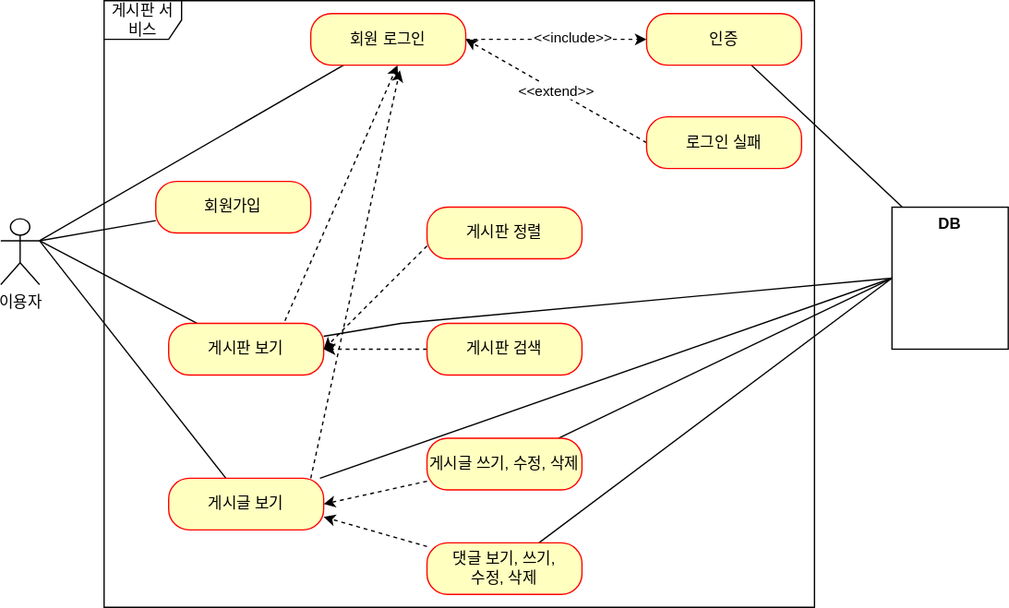
The draw.io diagram document/use-case.svg in hyeon8571/board, before a commit. Source tidied: cells renumbered, new cells last; positions are measured from the earlier drawing's top-left corner, leaving out a move shared by most shapes.
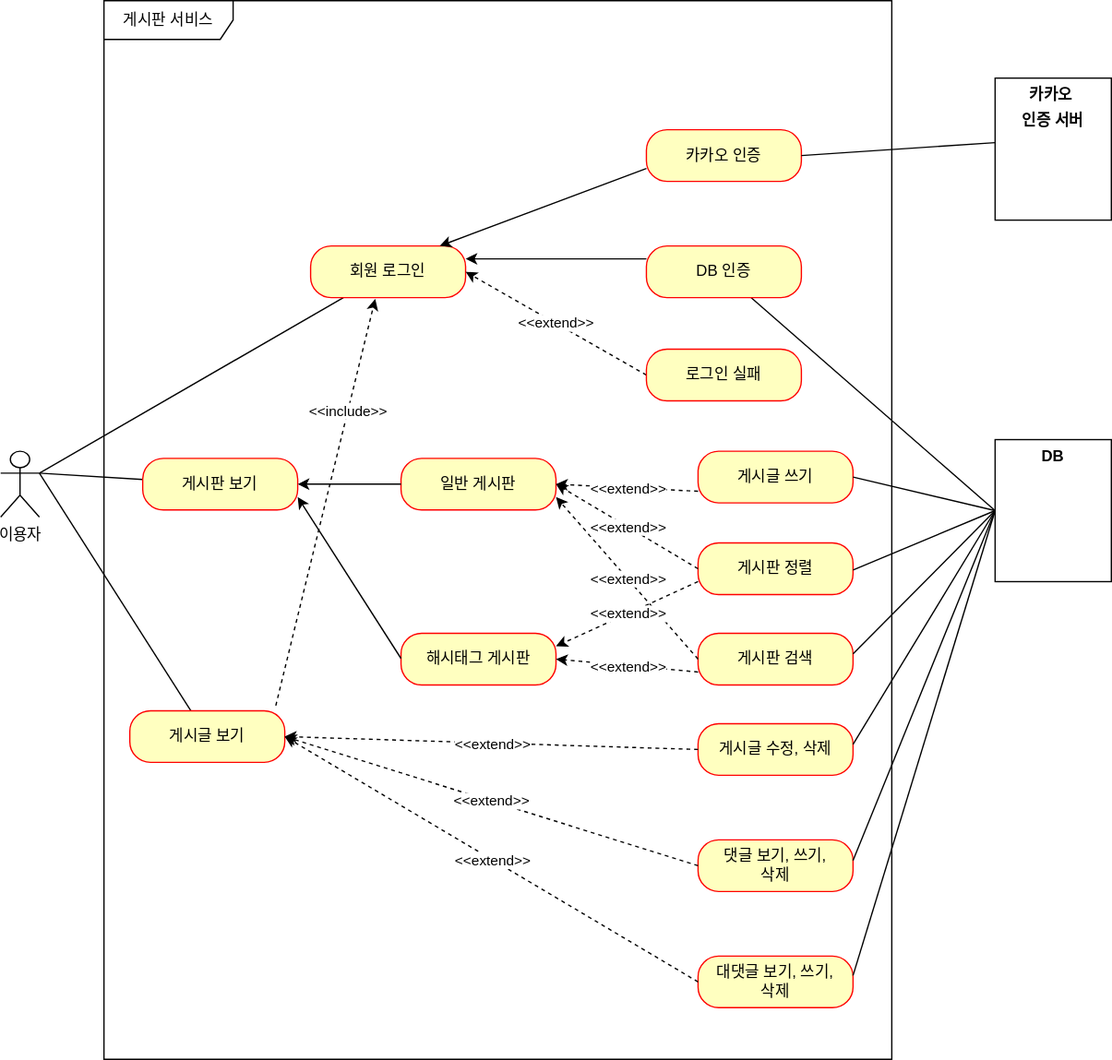
After the change.

Commit message:
#42 - use-case.svg: 카카오 인증ㅡ 대댓글 유즈 케이스 추가

Diff of the diagram source:
```diff
@@ -5,64 +5,40 @@
     <mxCell id="2" value="이용자" style="shape=umlActor;verticalLabelPosition=bottom;verticalAlign=top;html=1;" parent="1" vertex="1">
       <mxGeometry y="169" width="30" height="51" as="geometry" />
     </mxCell>
-    <mxCell id="3" value="게시판 서비스" style="shape=umlFrame;whiteSpace=wrap;html=1;width=60;height=30;" parent="1" vertex="1">
-      <mxGeometry x="80" width="550" height="470" as="geometry" />
+    <mxCell id="3" value="게시판 서비스" style="shape=umlFrame;whiteSpace=wrap;html=1;width=100;height=30;" parent="1" vertex="1">
+      <mxGeometry x="80" y="-180" width="610" height="820" as="geometry" />
     </mxCell>
-    <mxCell id="4" style="rounded=0;jettySize=auto;html=1;endArrow=none;endFill=0;entryX=1;entryY=0.3333333333333333;entryDx=0;entryDy=0;entryPerimeter=0;" parent="1" edge="1" source="5" target="2">
-      <mxGeometry relative="1" as="geometry" />
-    </mxCell>
-    <mxCell id="5" value="회원가입" style="rounded=1;whiteSpace=wrap;html=1;arcSize=40;fontColor=#000000;fillColor=#ffffc0;strokeColor=#ff0000;" parent="1" vertex="1">
-      <mxGeometry x="120" y="140" width="120" height="40" as="geometry" />
-    </mxCell>
     <mxCell id="6" style="rounded=0;jettySize=auto;html=1;endArrow=none;endFill=0;entryX=1;entryY=0.3333333333333333;entryDx=0;entryDy=0;entryPerimeter=0;" parent="1" edge="1" source="9" target="2">
       <mxGeometry relative="1" as="geometry" />
     </mxCell>
-    <mxCell id="7" style="rounded=0;orthogonalLoop=1;jettySize=auto;html=1;entryX=0.383;entryY=1.05;entryDx=0;entryDy=0;entryPerimeter=0;dashed=1;" parent="1" edge="1">
-      <mxGeometry relative="1" as="geometry">
-        <mxPoint x="220" y="248" as="sourcePoint" />
-        <mxPoint x="307.2" y="50" as="targetPoint" />
-      </mxGeometry>
+    <mxCell id="7" style="rounded=0;jettySize=auto;html=1;entryX=0.417;entryY=1.025;entryDx=0;entryDy=0;entryPerimeter=0;dashed=1;exitX=0.942;exitY=-0.1;exitDx=0;exitDy=0;exitPerimeter=0;" parent="1" edge="1" source="13" target="17">
+      <mxGeometry relative="1" as="geometry" />
     </mxCell>
-    <mxCell id="8" style="rounded=0;jettySize=auto;html=1;entryX=0;entryY=0.5;entryDx=0;entryDy=0;endArrow=none;endFill=0;" parent="1" edge="1" source="9" target="33">
-      <mxGeometry relative="1" as="geometry">
-        <Array as="points">
-          <mxPoint x="310" y="250" />
-        </Array>
-      </mxGeometry>
-    </mxCell>
+    <mxCell id="16" value="&amp;lt;&amp;lt;include&amp;gt;&amp;gt;" style="edgeLabel;html=1;align=center;verticalAlign=middle;" parent="7" vertex="1">
+      <mxGeometry x="0.45" relative="1" as="geometry" />
+    </mxCell>
     <mxCell id="9" value="게시판 보기" style="rounded=1;whiteSpace=wrap;html=1;arcSize=40;fontColor=#000000;fillColor=#ffffc0;strokeColor=#ff0000;" parent="1" vertex="1">
-      <mxGeometry x="130" y="250" width="120" height="40" as="geometry" />
+      <mxGeometry x="110" y="174.5" width="120" height="40" as="geometry" />
     </mxCell>
     <mxCell id="10" style="rounded=0;jettySize=auto;html=1;endArrow=none;endFill=0;entryX=1;entryY=0.3333333333333333;entryDx=0;entryDy=0;entryPerimeter=0;" parent="1" edge="1" source="13" target="2">
       <mxGeometry relative="1" as="geometry" />
     </mxCell>
-    <mxCell id="11" style="rounded=0;jettySize=auto;html=1;dashed=1;entryX=0.575;entryY=1.1;entryDx=0;entryDy=0;entryPerimeter=0;" parent="1" edge="1" target="17">
-      <mxGeometry relative="1" as="geometry">
-        <mxPoint x="240" y="370" as="sourcePoint" />
-      </mxGeometry>
-    </mxCell>
-    <mxCell id="12" style="rounded=0;jettySize=auto;html=1;endArrow=none;endFill=0;entryX=0;entryY=0.5;entryDx=0;entryDy=0;" parent="1" edge="1" source="13" target="33">
-      <mxGeometry relative="1" as="geometry" />
-    </mxCell>
     <mxCell id="13" value="게시글 보기" style="rounded=1;whiteSpace=wrap;html=1;arcSize=40;fontColor=#000000;fillColor=#ffffc0;strokeColor=#ff0000;" parent="1" vertex="1">
-      <mxGeometry x="130" y="370" width="120" height="40" as="geometry" />
+      <mxGeometry x="100" y="370" width="120" height="40" as="geometry" />
     </mxCell>
     <mxCell id="14" style="rounded=0;jettySize=auto;html=1;endArrow=none;endFill=0;entryX=1;entryY=0.3333333333333333;entryDx=0;entryDy=0;entryPerimeter=0;" parent="1" edge="1" source="17" target="2">
       <mxGeometry relative="1" as="geometry" />
     </mxCell>
-    <mxCell id="15" style="edgeStyle=orthogonalEdgeStyle;rounded=0;jettySize=auto;html=1;entryX=0;entryY=0.5;entryDx=0;entryDy=0;endArrow=classic;endFill=1;dashed=1;" parent="1" edge="1" source="17" target="19">
-      <mxGeometry relative="1" as="geometry" />
-    </mxCell>
-    <mxCell id="16" value="&amp;lt;&amp;lt;include&amp;gt;&amp;gt;" style="edgeLabel;html=1;align=center;verticalAlign=middle;" parent="15" vertex="1">
-      <mxGeometry x="0.17" y="2" relative="1" as="geometry" />
-    </mxCell>
     <mxCell id="17" value="회원 로그인" style="rounded=1;whiteSpace=wrap;html=1;arcSize=40;fontColor=#000000;fillColor=#ffffc0;strokeColor=#ff0000;" parent="1" vertex="1">
       <mxGeometry x="240" y="10" width="120" height="40" as="geometry" />
     </mxCell>
-    <mxCell id="18" style="rounded=0;jettySize=auto;html=1;entryX=0.089;entryY=0;entryDx=0;entryDy=0;entryPerimeter=0;endArrow=none;endFill=0;" parent="1" edge="1" source="19" target="33">
-      <mxGeometry relative="1" as="geometry" />
+    <mxCell id="18" style="rounded=0;orthogonalLoop=1;jettySize=auto;html=1;endArrow=none;endFill=0;" parent="1" edge="1">
+      <mxGeometry relative="1" as="geometry">
+        <mxPoint x="581" y="50" as="sourcePoint" />
+        <mxPoint x="770" y="215" as="targetPoint" />
+      </mxGeometry>
     </mxCell>
-    <mxCell id="19" value="인증" style="rounded=1;whiteSpace=wrap;html=1;arcSize=40;fontColor=#000000;fillColor=#ffffc0;strokeColor=#ff0000;" parent="1" vertex="1">
+    <mxCell id="19" value="DB 인증" style="rounded=1;whiteSpace=wrap;html=1;arcSize=40;fontColor=#000000;fillColor=#ffffc0;strokeColor=#ff0000;" parent="1" vertex="1">
       <mxGeometry x="500" y="10" width="120" height="40" as="geometry" />
     </mxCell>
     <mxCell id="20" style="rounded=0;jettySize=auto;html=1;entryX=1;entryY=1;entryDx=0;entryDy=0;dashed=1;exitX=0;exitY=0.5;exitDx=0;exitDy=0;" parent="1" edge="1" source="22">
@@ -76,40 +52,150 @@
     <mxCell id="22" value="로그인 실패" style="rounded=1;whiteSpace=wrap;html=1;arcSize=40;fontColor=#000000;fillColor=#ffffc0;strokeColor=#ff0000;" parent="1" vertex="1">
       <mxGeometry x="500" y="90" width="120" height="40" as="geometry" />
     </mxCell>
-    <mxCell id="23" style="rounded=0;jettySize=auto;html=1;entryX=1;entryY=0.5;entryDx=0;entryDy=0;dashed=1;exitX=0;exitY=0.75;exitDx=0;exitDy=0;" parent="1" edge="1" source="24" target="9">
-      <mxGeometry relative="1" as="geometry" />
-    </mxCell>
     <mxCell id="24" value="게시판 정렬" style="rounded=1;whiteSpace=wrap;html=1;arcSize=40;fontColor=#000000;fillColor=#ffffc0;strokeColor=#ff0000;" parent="1" vertex="1">
-      <mxGeometry x="330" y="160" width="120" height="40" as="geometry" />
+      <mxGeometry x="540" y="240" width="120" height="40" as="geometry" />
     </mxCell>
-    <mxCell id="25" style="rounded=0;jettySize=auto;html=1;dashed=1;" parent="1" edge="1" source="26">
-      <mxGeometry relative="1" as="geometry">
-        <mxPoint x="250" y="270" as="targetPoint" />
-      </mxGeometry>
-    </mxCell>
     <mxCell id="26" value="게시판 검색" style="rounded=1;whiteSpace=wrap;html=1;arcSize=40;fontColor=#000000;fillColor=#ffffc0;strokeColor=#ff0000;" parent="1" vertex="1">
-      <mxGeometry x="330" y="250" width="120" height="40" as="geometry" />
+      <mxGeometry x="540" y="310" width="120" height="40" as="geometry" />
     </mxCell>
-    <mxCell id="27" style="rounded=0;jettySize=auto;html=1;entryX=1;entryY=0.5;entryDx=0;entryDy=0;dashed=1;" parent="1" edge="1" source="29" target="13">
-      <mxGeometry relative="1" as="geometry" />
-    </mxCell>
-    <mxCell id="28" style="rounded=0;jettySize=auto;html=1;endArrow=none;endFill=0;entryX=0;entryY=0.5;entryDx=0;entryDy=0;" parent="1" edge="1" source="29" target="33">
-      <mxGeometry relative="1" as="geometry" />
-    </mxCell>
-    <mxCell id="29" value="게시글 쓰기, 수정, 삭제" style="rounded=1;whiteSpace=wrap;html=1;arcSize=40;fontColor=#000000;fillColor=#ffffc0;strokeColor=#ff0000;" parent="1" vertex="1">
-      <mxGeometry x="330" y="339" width="120" height="40" as="geometry" />
-    </mxCell>
-    <mxCell id="30" style="rounded=0;jettySize=auto;html=1;entryX=1;entryY=0.75;entryDx=0;entryDy=0;dashed=1;" parent="1" edge="1" source="32" target="13">
-      <mxGeometry relative="1" as="geometry" />
-    </mxCell>
-    <mxCell id="31" style="rounded=0;jettySize=auto;html=1;entryX=0;entryY=0.5;entryDx=0;entryDy=0;endArrow=none;endFill=0;" parent="1" edge="1" source="32" target="33">
-      <mxGeometry relative="1" as="geometry" />
-    </mxCell>
-    <mxCell id="32" value="댓글 보기, 쓰기, &lt;br&gt;수정, 삭제" style="rounded=1;whiteSpace=wrap;html=1;arcSize=40;fontColor=#000000;fillColor=#ffffc0;strokeColor=#ff0000;" parent="1" vertex="1">
-      <mxGeometry x="330" y="420" width="120" height="40" as="geometry" />
-    </mxCell>
     <mxCell id="33" value="&lt;p style=&quot;margin:0px;margin-top:6px;text-align:center;&quot;&gt;&lt;b&gt;DB&lt;/b&gt;&lt;/p&gt;" style="align=left;overflow=fill;html=1;whiteSpace=wrap;" parent="1" vertex="1">
-      <mxGeometry x="690" y="160" width="90" height="110" as="geometry" />
+      <mxGeometry x="770" y="160" width="90" height="110" as="geometry" />
     </mxCell>
+    <mxCell id="34" value="일반 게시판" style="rounded=1;whiteSpace=wrap;html=1;arcSize=40;fontColor=#000000;fillColor=#ffffc0;strokeColor=#ff0000;" parent="1" vertex="1">
+      <mxGeometry x="310" y="174.5" width="120" height="40" as="geometry" />
+    </mxCell>
+    <mxCell id="35" value="해시태그 게시판" style="rounded=1;whiteSpace=wrap;html=1;arcSize=40;fontColor=#000000;fillColor=#ffffc0;strokeColor=#ff0000;" parent="1" vertex="1">
+      <mxGeometry x="310" y="310" width="120" height="40" as="geometry" />
+    </mxCell>
+    <mxCell id="36" value="게시글 쓰기" style="rounded=1;whiteSpace=wrap;html=1;arcSize=40;fontColor=#000000;fillColor=#ffffc0;strokeColor=#ff0000;" parent="1" vertex="1">
+      <mxGeometry x="540" y="169" width="120" height="40" as="geometry" />
+    </mxCell>
+    <mxCell id="37" value="게시글 수정, 삭제" style="rounded=1;whiteSpace=wrap;html=1;arcSize=40;fontColor=#000000;fillColor=#ffffc0;strokeColor=#ff0000;" parent="1" vertex="1">
+      <mxGeometry x="540" y="380" width="120" height="40" as="geometry" />
+    </mxCell>
+    <mxCell id="38" value="댓글 보기, 쓰기,&lt;br&gt;삭제" style="rounded=1;whiteSpace=wrap;html=1;arcSize=40;fontColor=#000000;fillColor=#ffffc0;strokeColor=#ff0000;" parent="1" vertex="1">
+      <mxGeometry x="540" y="470" width="120" height="40" as="geometry" />
+    </mxCell>
+    <mxCell id="39" value="대댓글 보기, 쓰기,&lt;br&gt;삭제" style="rounded=1;whiteSpace=wrap;html=1;arcSize=40;fontColor=#000000;fillColor=#ffffc0;strokeColor=#ff0000;" parent="1" vertex="1">
+      <mxGeometry x="540" y="560" width="120" height="40" as="geometry" />
+    </mxCell>
+    <mxCell id="40" style="endArrow=none;html=1;rounded=0;entryX=1;entryY=0.5;entryDx=0;entryDy=0;exitX=0;exitY=0.5;exitDx=0;exitDy=0;" parent="1" edge="1" source="33" target="36">
+      <mxGeometry relative="1" as="geometry" />
+    </mxCell>
+    <mxCell id="41" style="endArrow=none;html=1;rounded=0;entryX=1;entryY=0.5;entryDx=0;entryDy=0;exitX=0;exitY=0.5;exitDx=0;exitDy=0;" parent="1" edge="1" source="33">
+      <mxGeometry relative="1" as="geometry">
+        <mxPoint x="660" y="261" as="targetPoint" />
+      </mxGeometry>
+    </mxCell>
+    <mxCell id="42" style="endArrow=none;html=1;rounded=0;entryX=1;entryY=0.5;entryDx=0;entryDy=0;exitX=0;exitY=0.5;exitDx=0;exitDy=0;" parent="1" edge="1" source="33">
+      <mxGeometry relative="1" as="geometry">
+        <mxPoint x="660" y="326" as="targetPoint" />
+      </mxGeometry>
+    </mxCell>
+    <mxCell id="43" style="endArrow=none;html=1;rounded=0;entryX=1;entryY=0.5;entryDx=0;entryDy=0;exitX=0;exitY=0.5;exitDx=0;exitDy=0;" parent="1" edge="1" source="33">
+      <mxGeometry relative="1" as="geometry">
+        <mxPoint x="660" y="396" as="targetPoint" />
+      </mxGeometry>
+    </mxCell>
+    <mxCell id="44" style="endArrow=none;html=1;rounded=0;entryX=1;entryY=0.5;entryDx=0;entryDy=0;exitX=0;exitY=0.5;exitDx=0;exitDy=0;" parent="1" edge="1" source="33">
+      <mxGeometry relative="1" as="geometry">
+        <mxPoint x="660" y="486" as="targetPoint" />
+      </mxGeometry>
+    </mxCell>
+    <mxCell id="45" style="endArrow=none;html=1;rounded=0;entryX=1;entryY=0.5;entryDx=0;entryDy=0;exitX=0;exitY=0.5;exitDx=0;exitDy=0;" parent="1" edge="1" source="33">
+      <mxGeometry relative="1" as="geometry">
+        <mxPoint x="660" y="575" as="targetPoint" />
+      </mxGeometry>
+    </mxCell>
+    <mxCell id="46" style="rounded=0;jettySize=auto;html=1;entryX=1;entryY=0.5;entryDx=0;entryDy=0;dashed=1;exitX=0;exitY=0.5;exitDx=0;exitDy=0;" parent="1" edge="1" source="37" target="13">
+      <mxGeometry relative="1" as="geometry" />
+    </mxCell>
+    <mxCell id="47" value="&amp;lt;&amp;lt;extend&amp;gt;&amp;gt;" style="edgeLabel;html=1;align=center;verticalAlign=middle;" parent="46" vertex="1">
+      <mxGeometry relative="1" as="geometry" />
+    </mxCell>
+    <mxCell id="48" style="rounded=0;jettySize=auto;html=1;entryX=1;entryY=0.5;entryDx=0;entryDy=0;dashed=1;exitX=0;exitY=0.5;exitDx=0;exitDy=0;" parent="1" edge="1" target="13">
+      <mxGeometry relative="1" as="geometry">
+        <mxPoint x="540" y="490" as="sourcePoint" />
+      </mxGeometry>
+    </mxCell>
+    <mxCell id="49" value="&amp;lt;&amp;lt;extend&amp;gt;&amp;gt;" style="edgeLabel;html=1;align=center;verticalAlign=middle;" parent="48" vertex="1">
+      <mxGeometry relative="1" as="geometry" />
+    </mxCell>
+    <mxCell id="50" style="rounded=0;jettySize=auto;html=1;entryX=1;entryY=0.5;entryDx=0;entryDy=0;dashed=1;exitX=0;exitY=0.5;exitDx=0;exitDy=0;" parent="1" edge="1" target="13">
+      <mxGeometry relative="1" as="geometry">
+        <mxPoint x="540" y="580" as="sourcePoint" />
+      </mxGeometry>
+    </mxCell>
+    <mxCell id="51" value="&amp;lt;&amp;lt;extend&amp;gt;&amp;gt;" style="edgeLabel;html=1;align=center;verticalAlign=middle;" parent="50" vertex="1">
+      <mxGeometry relative="1" as="geometry" />
+    </mxCell>
+    <mxCell id="52" style="endArrow=classic;html=1;rounded=0;entryX=1;entryY=0.5;entryDx=0;entryDy=0;exitX=0;exitY=0.5;exitDx=0;exitDy=0;" parent="1" edge="1" source="34" target="9">
+      <mxGeometry relative="1" as="geometry" />
+    </mxCell>
+    <mxCell id="53" style="endArrow=classic;html=1;rounded=0;entryX=1;entryY=0.75;entryDx=0;entryDy=0;exitX=0;exitY=0.5;exitDx=0;exitDy=0;" parent="1" edge="1" target="9">
+      <mxGeometry relative="1" as="geometry">
+        <mxPoint x="310" y="329.5" as="sourcePoint" />
+      </mxGeometry>
+    </mxCell>
+    <mxCell id="54" style="rounded=0;jettySize=auto;html=1;entryX=1;entryY=0.75;entryDx=0;entryDy=0;dashed=1;exitX=0;exitY=0.5;exitDx=0;exitDy=0;" parent="1" edge="1" target="34">
+      <mxGeometry relative="1" as="geometry">
+        <mxPoint x="540" y="330" as="sourcePoint" />
+      </mxGeometry>
+    </mxCell>
+    <mxCell id="55" value="&amp;lt;&amp;lt;extend&amp;gt;&amp;gt;" style="edgeLabel;html=1;align=center;verticalAlign=middle;" parent="54" vertex="1">
+      <mxGeometry relative="1" as="geometry" />
+    </mxCell>
+    <mxCell id="56" style="rounded=0;jettySize=auto;html=1;entryX=1;entryY=0.5;entryDx=0;entryDy=0;dashed=1;exitX=0;exitY=0.5;exitDx=0;exitDy=0;" parent="1" edge="1" target="34">
+      <mxGeometry relative="1" as="geometry">
+        <mxPoint x="540" y="260" as="sourcePoint" />
+      </mxGeometry>
+    </mxCell>
+    <mxCell id="57" value="&amp;lt;&amp;lt;extend&amp;gt;&amp;gt;" style="edgeLabel;html=1;align=center;verticalAlign=middle;" parent="56" vertex="1">
+      <mxGeometry relative="1" as="geometry" />
+    </mxCell>
+    <mxCell id="58" style="rounded=0;jettySize=auto;html=1;entryX=1;entryY=0.5;entryDx=0;entryDy=0;dashed=1;exitX=0;exitY=0.5;exitDx=0;exitDy=0;" parent="1" edge="1" target="34">
+      <mxGeometry relative="1" as="geometry">
+        <mxPoint x="540" y="200" as="sourcePoint" />
+      </mxGeometry>
+    </mxCell>
+    <mxCell id="59" value="&amp;lt;&amp;lt;extend&amp;gt;&amp;gt;" style="edgeLabel;html=1;align=center;verticalAlign=middle;" parent="58" vertex="1">
+      <mxGeometry relative="1" as="geometry" />
+    </mxCell>
+    <mxCell id="60" style="rounded=0;jettySize=auto;html=1;entryX=1;entryY=0.5;entryDx=0;entryDy=0;dashed=1;exitX=0;exitY=0.5;exitDx=0;exitDy=0;" parent="1" edge="1" target="35">
+      <mxGeometry relative="1" as="geometry">
+        <mxPoint x="540" y="340" as="sourcePoint" />
+      </mxGeometry>
+    </mxCell>
+    <mxCell id="61" value="&amp;lt;&amp;lt;extend&amp;gt;&amp;gt;" style="edgeLabel;html=1;align=center;verticalAlign=middle;" parent="60" vertex="1">
+      <mxGeometry relative="1" as="geometry" />
+    </mxCell>
+    <mxCell id="62" style="rounded=0;jettySize=auto;html=1;entryX=1;entryY=0.25;entryDx=0;entryDy=0;dashed=1;exitX=0;exitY=0.75;exitDx=0;exitDy=0;" parent="1" edge="1" source="24" target="35">
+      <mxGeometry relative="1" as="geometry" />
+    </mxCell>
+    <mxCell id="63" value="&amp;lt;&amp;lt;extend&amp;gt;&amp;gt;" style="edgeLabel;html=1;align=center;verticalAlign=middle;" parent="62" vertex="1">
+      <mxGeometry relative="1" as="geometry" />
+    </mxCell>
+    <mxCell id="64" value="카카오 인증" style="rounded=1;whiteSpace=wrap;html=1;arcSize=40;fontColor=#000000;fillColor=#ffffc0;strokeColor=#ff0000;" parent="1" vertex="1">
+      <mxGeometry x="500" y="-80" width="120" height="40" as="geometry" />
+    </mxCell>
+    <mxCell id="65" value="&lt;p style=&quot;margin:0px;margin-top:6px;text-align:center;&quot;&gt;&lt;b&gt;카카오&amp;nbsp;&lt;/b&gt;&lt;/p&gt;&lt;p style=&quot;margin:0px;margin-top:6px;text-align:center;&quot;&gt;&lt;b&gt;인증 서버&lt;/b&gt;&lt;/p&gt;" style="align=left;overflow=fill;html=1;whiteSpace=wrap;" parent="1" vertex="1">
+      <mxGeometry x="770" y="-120" width="90" height="110" as="geometry" />
+    </mxCell>
+    <mxCell id="66" style="rounded=0;jettySize=auto;html=1;endArrow=none;endFill=0;entryX=1;entryY=0.5;entryDx=0;entryDy=0;" parent="1" edge="1" target="64">
+      <mxGeometry relative="1" as="geometry">
+        <mxPoint x="770" y="-70" as="sourcePoint" />
+      </mxGeometry>
+    </mxCell>
+    <mxCell id="67" style="rounded=0;jettySize=auto;html=1;endArrow=classic;endFill=1;entryX=1;entryY=0.5;entryDx=0;entryDy=0;exitX=0;exitY=0.75;exitDx=0;exitDy=0;startArrow=none;startFill=0;" parent="1" edge="1" source="64">
+      <mxGeometry relative="1" as="geometry">
+        <mxPoint x="340" y="10" as="targetPoint" />
+      </mxGeometry>
+    </mxCell>
+    <mxCell id="68" style="rounded=0;orthogonalLoop=1;jettySize=auto;html=1;endArrow=classic;endFill=1;entryX=1;entryY=0.5;entryDx=0;entryDy=0;exitX=0;exitY=0.5;exitDx=0;exitDy=0;" parent="1" edge="1">
+      <mxGeometry relative="1" as="geometry">
+        <mxPoint x="500" y="20" as="sourcePoint" />
+        <mxPoint x="360" y="20" as="targetPoint" />
+      </mxGeometry>
+    </mxCell>
   </root>
 </mxGraphModel>
```
